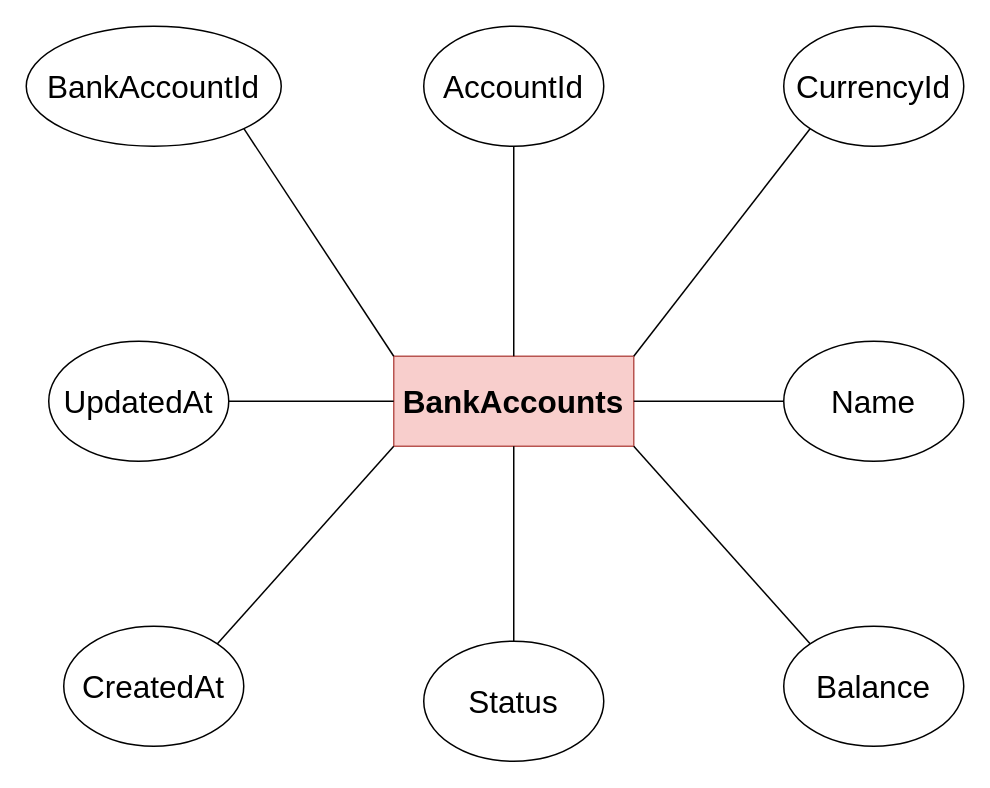
Before: page "BankAccount" (4 of 11) of Document/account.drawio in anhnmt/csharp-online-banking, a draw.io diagram. Source tidied: cells renumbered, new cells numbered last; positions are measured from the earlier drawing's top-left corner, leaving out a move shared by most shapes. Both pictures are drawn from the tidied source at 150%, with x=0, y=0 at pixel (26, 26).
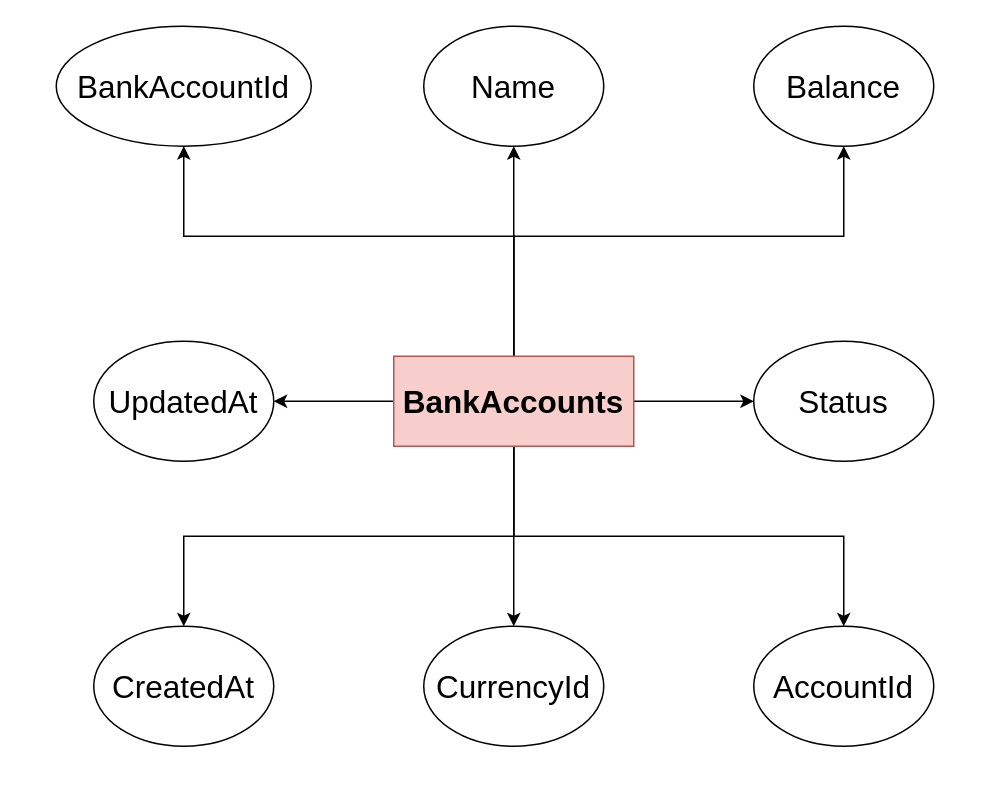
The same diagram, later.

Unchanged cells that the change refers to:
```xml
<mxCell id="2" value="BankAccounts" style="rounded=0;whiteSpace=wrap;html=1;fontSize=21;fontStyle=1;fillColor=#f8cecc;strokeColor=#b85450;" parent="1" vertex="1">
  <mxGeometry x="245" y="220" width="160" height="60" as="geometry" />
</mxCell>
```

Diff of the diagram source:
```diff
@@
+    <mxCell id="19" style="edgeStyle=orthogonalEdgeStyle;rounded=0;jettySize=auto;html=1;" parent="1" edge="1" source="2" target="3">
+      <mxGeometry relative="1" as="geometry">
+        <Array as="points">
+          <mxPoint x="325" y="140" />
+          <mxPoint x="105" y="140" />
+        </Array>
+      </mxGeometry>
+    </mxCell>
+    <mxCell id="20" style="edgeStyle=orthogonalEdgeStyle;rounded=0;jettySize=auto;html=1;entryX=0.5;entryY=1;entryDx=0;entryDy=0;" parent="1" edge="1" source="2" target="6">
+      <mxGeometry relative="1" as="geometry" />
+    </mxCell>
+    <mxCell id="16" style="edgeStyle=orthogonalEdgeStyle;rounded=0;jettySize=auto;html=1;entryX=0.5;entryY=1;entryDx=0;entryDy=0;" parent="1" edge="1" source="2" target="7">
+      <mxGeometry relative="1" as="geometry">
+        <Array as="points">
+          <mxPoint x="325" y="140" />
+          <mxPoint x="545" y="140" />
+        </Array>
+      </mxGeometry>
+    </mxCell>
+    <mxCell id="17" style="edgeStyle=orthogonalEdgeStyle;rounded=0;jettySize=auto;html=1;entryX=0;entryY=0.5;entryDx=0;entryDy=0;" parent="1" edge="1" source="2" target="8">
+      <mxGeometry relative="1" as="geometry" />
+    </mxCell>
+    <mxCell id="21" style="edgeStyle=orthogonalEdgeStyle;rounded=0;jettySize=auto;html=1;" parent="1" edge="1" source="2" target="4">
+      <mxGeometry relative="1" as="geometry">
+        <Array as="points">
+          <mxPoint x="325" y="340" />
+          <mxPoint x="545" y="340" />
+        </Array>
+      </mxGeometry>
+    </mxCell>
+    <mxCell id="14" style="edgeStyle=orthogonalEdgeStyle;rounded=0;jettySize=auto;html=1;entryX=0.5;entryY=0;entryDx=0;entryDy=0;" parent="1" edge="1" source="2" target="5">
+      <mxGeometry relative="1" as="geometry" />
+    </mxCell>
+    <mxCell id="22" style="edgeStyle=orthogonalEdgeStyle;rounded=0;jettySize=auto;html=1;entryX=1;entryY=0.5;entryDx=0;entryDy=0;" parent="1" edge="1" source="2" target="9">
+      <mxGeometry relative="1" as="geometry" />
+    </mxCell>
+    <mxCell id="18" style="edgeStyle=orthogonalEdgeStyle;rounded=0;jettySize=auto;html=1;" parent="1" edge="1" source="2" target="10">
+      <mxGeometry relative="1" as="geometry">
+        <Array as="points">
+          <mxPoint x="325" y="340" />
+          <mxPoint x="105" y="340" />
+        </Array>
+      </mxGeometry>
+    </mxCell>
@@
     <mxCell id="3" value="BankAccountId" style="ellipse;whiteSpace=wrap;html=1;fontSize=21;" parent="1" vertex="1">
-      <mxGeometry width="170" height="80" as="geometry" />
+      <mxGeometry x="20" width="170" height="80" as="geometry" />
     </mxCell>
     <mxCell id="4" value="AccountId" style="ellipse;whiteSpace=wrap;html=1;fontSize=21;" parent="1" vertex="1">
-      <mxGeometry x="265" width="120" height="80" as="geometry" />
+      <mxGeometry x="485" y="400" width="120" height="80" as="geometry" />
     </mxCell>
     <mxCell id="5" value="CurrencyId" style="ellipse;whiteSpace=wrap;html=1;fontSize=21;" parent="1" vertex="1">
-      <mxGeometry x="505" width="120" height="80" as="geometry" />
+      <mxGeometry x="265" y="400" width="120" height="80" as="geometry" />
     </mxCell>
     <mxCell id="6" value="Name" style="ellipse;whiteSpace=wrap;html=1;fontSize=21;" parent="1" vertex="1">
-      <mxGeometry x="505" y="210" width="120" height="80" as="geometry" />
+      <mxGeometry x="265" width="120" height="80" as="geometry" />
     </mxCell>
     <mxCell id="7" value="Balance" style="ellipse;whiteSpace=wrap;html=1;fontSize=21;" parent="1" vertex="1">
-      <mxGeometry x="505" y="400" width="120" height="80" as="geometry" />
+      <mxGeometry x="485" width="120" height="80" as="geometry" />
     </mxCell>
     <mxCell id="8" value="Status" style="ellipse;whiteSpace=wrap;html=1;fontSize=21;" parent="1" vertex="1">
-      <mxGeometry x="265" y="410" width="120" height="80" as="geometry" />
+      <mxGeometry x="485" y="210" width="120" height="80" as="geometry" />
     </mxCell>
     <mxCell id="9" value="UpdatedAt" style="ellipse;whiteSpace=wrap;html=1;fontSize=21;" parent="1" vertex="1">
-      <mxGeometry x="15" y="210" width="120" height="80" as="geometry" />
+      <mxGeometry x="45" y="210" width="120" height="80" as="geometry" />
     </mxCell>
     <mxCell id="10" value="CreatedAt" style="ellipse;whiteSpace=wrap;html=1;fontSize=21;" parent="1" vertex="1">
-      <mxGeometry x="25" y="400" width="120" height="80" as="geometry" />
+      <mxGeometry x="45" y="400" width="120" height="80" as="geometry" />
     </mxCell>
-    <mxCell id="11" style="endArrow=none;html=1;fontSize=21;exitX=1;exitY=0.5;exitDx=0;exitDy=0;entryX=0;entryY=0.5;entryDx=0;entryDy=0;" parent="1" edge="1" source="9" target="2">
-      <mxGeometry relative="1" as="geometry" />
-    </mxCell>
-    <mxCell id="12" style="endArrow=none;html=1;fontSize=21;exitX=1;exitY=1;exitDx=0;exitDy=0;entryX=0;entryY=0;entryDx=0;entryDy=0;" parent="1" edge="1" source="3" target="2">
-      <mxGeometry relative="1" as="geometry" />
-    </mxCell>
-    <mxCell id="13" style="endArrow=none;html=1;fontSize=21;entryX=0.5;entryY=0;entryDx=0;entryDy=0;" parent="1" edge="1" source="4" target="2">
-      <mxGeometry relative="1" as="geometry" />
-    </mxCell>
-    <mxCell id="14" style="endArrow=none;html=1;fontSize=21;exitX=1;exitY=0;exitDx=0;exitDy=0;entryX=0;entryY=1;entryDx=0;entryDy=0;" parent="1" edge="1" source="2" target="5">
-      <mxGeometry relative="1" as="geometry" />
-    </mxCell>
-    <mxCell id="15" style="endArrow=none;html=1;fontSize=21;exitX=0;exitY=0.5;exitDx=0;exitDy=0;entryX=1;entryY=0.5;entryDx=0;entryDy=0;" parent="1" edge="1" source="6" target="2">
-      <mxGeometry relative="1" as="geometry" />
-    </mxCell>
-    <mxCell id="16" style="endArrow=none;html=1;fontSize=21;exitX=1;exitY=1;exitDx=0;exitDy=0;entryX=0;entryY=0;entryDx=0;entryDy=0;" parent="1" edge="1" source="2" target="7">
-      <mxGeometry relative="1" as="geometry" />
-    </mxCell>
-    <mxCell id="17" style="endArrow=none;html=1;fontSize=21;exitX=0.5;exitY=1;exitDx=0;exitDy=0;entryX=0.5;entryY=0;entryDx=0;entryDy=0;" parent="1" edge="1" source="2" target="8">
-      <mxGeometry relative="1" as="geometry" />
-    </mxCell>
-    <mxCell id="18" style="endArrow=none;html=1;fontSize=21;exitX=0;exitY=1;exitDx=0;exitDy=0;entryX=1;entryY=0;entryDx=0;entryDy=0;" parent="1" edge="1" source="2" target="10">
-      <mxGeometry relative="1" as="geometry" />
-    </mxCell>
```
